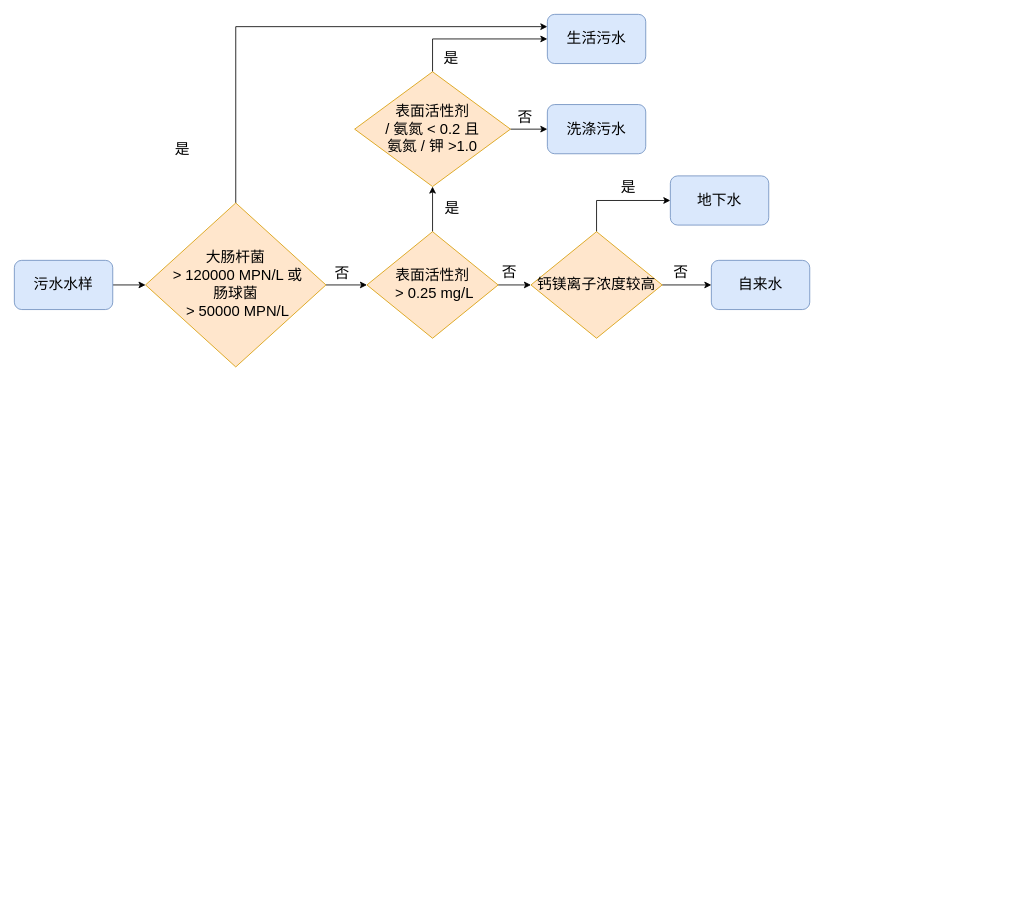
Above: 粪便污染指示菌的混接探查.drawio in WienWong/Misc (draw.io), before the change. Source tidied: cells renumbered, new cells numbered last; positions are measured from the earlier drawing's top-left corner, leaving out a move shared by most shapes. Both pictures are drawn from the tidied source at 82%, with x=0, y=0 at pixel (14, 14).
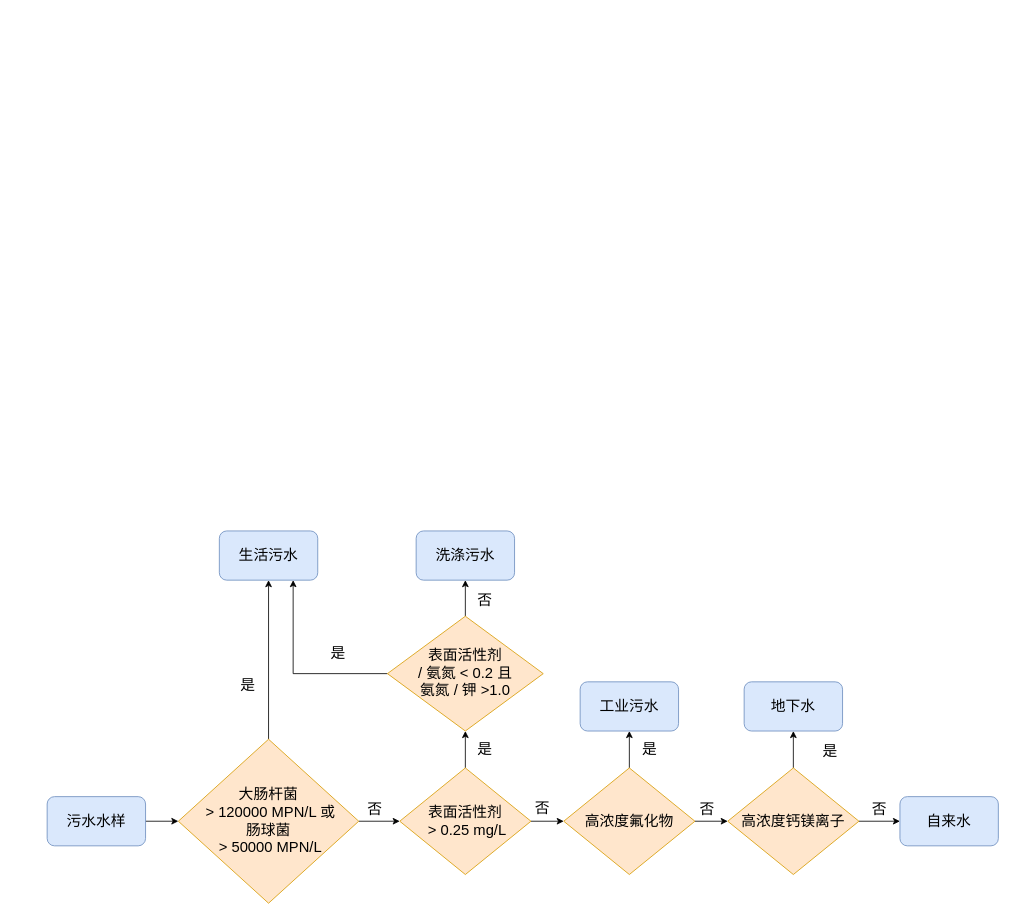
The same page after the edit.

Commit message:
Update 粪便污染指示菌的混接探查.drawio

Change to the diagram source:
```diff
@@
     <mxCell id="3" value="&lt;font style=&quot;font-size: 18px&quot;&gt;污水水样&lt;/font&gt;" style="rounded=1;whiteSpace=wrap;html=1;fillColor=#dae8fc;strokeColor=#6c8ebf;" parent="1" vertex="1">
-      <mxGeometry y="300" width="120" height="60" as="geometry" />
+      <mxGeometry x="40" y="954" width="120" height="60" as="geometry" />
     </mxCell>
@@
-    <mxCell id="5" style="edgeStyle=orthogonalEdgeStyle;rounded=0;jettySize=auto;html=1;exitX=0.5;exitY=0;exitDx=0;exitDy=0;entryX=0;entryY=0.25;entryDx=0;entryDy=0;" parent="1" edge="1" source="6" target="15">
+    <mxCell id="5" style="edgeStyle=orthogonalEdgeStyle;rounded=0;jettySize=auto;html=1;exitX=0.5;exitY=0;exitDx=0;exitDy=0;entryX=0.5;entryY=1;entryDx=0;entryDy=0;" parent="1" edge="1" source="6" target="15">
       <mxGeometry relative="1" as="geometry" />
     </mxCell>
     <mxCell id="6" value="&lt;font style=&quot;font-size: 18px&quot;&gt;大肠杆菌&lt;br&gt;&amp;nbsp;&amp;gt; 120000 MPN/L 或&lt;br&gt;肠球菌&lt;br&gt;&amp;nbsp;&amp;gt; 50000 MPN/L&lt;/font&gt;" style="rhombus;whiteSpace=wrap;html=1;fillColor=#ffe6cc;strokeColor=#d79b00;" parent="1" vertex="1">
-      <mxGeometry x="160" y="230" width="220" height="200" as="geometry" />
+      <mxGeometry x="200" y="884" width="220" height="200" as="geometry" />
     </mxCell>
@@
-    <mxCell id="8" style="edgeStyle=orthogonalEdgeStyle;rounded=0;jettySize=auto;html=1;exitX=1;exitY=0.5;exitDx=0;exitDy=0;entryX=0;entryY=0.5;entryDx=0;entryDy=0;" parent="1" edge="1" source="9" target="24">
-      <mxGeometry relative="1" as="geometry" />
-    </mxCell>
+    <mxCell id="28" style="edgeStyle=orthogonalEdgeStyle;rounded=0;jettySize=auto;html=1;exitX=1;exitY=0.5;exitDx=0;exitDy=0;entryX=0;entryY=0.5;entryDx=0;entryDy=0;" parent="1" edge="1" source="9" target="37">
+      <mxGeometry relative="1" as="geometry" />
+    </mxCell>
     <mxCell id="9" value="&lt;font style=&quot;font-size: 18px&quot;&gt;表面活性剂&lt;br&gt;&amp;nbsp;&amp;gt; 0.25 mg/L&lt;/font&gt;" style="rhombus;whiteSpace=wrap;html=1;fillColor=#ffe6cc;strokeColor=#d79b00;" parent="1" vertex="1">
-      <mxGeometry x="430" y="265" width="160" height="130" as="geometry" />
+      <mxGeometry x="470" y="919" width="160" height="130" as="geometry" />
     </mxCell>
+    <mxCell id="11" style="edgeStyle=orthogonalEdgeStyle;rounded=0;jettySize=auto;html=1;exitX=0;exitY=0.5;exitDx=0;exitDy=0;entryX=0.75;entryY=1;entryDx=0;entryDy=0;" parent="1" edge="1" source="12" target="15">
+      <mxGeometry relative="1" as="geometry" />
+    </mxCell>
-    <mxCell id="10" style="edgeStyle=orthogonalEdgeStyle;rounded=0;jettySize=auto;html=1;exitX=1;exitY=0.5;exitDx=0;exitDy=0;entryX=0;entryY=0.5;entryDx=0;entryDy=0;" parent="1" edge="1" source="12" target="14">
+    <mxCell id="10" style="edgeStyle=orthogonalEdgeStyle;rounded=0;jettySize=auto;html=1;exitX=0.5;exitY=0;exitDx=0;exitDy=0;" parent="1" edge="1" source="12" target="14">
       <mxGeometry relative="1" as="geometry" />
     </mxCell>
-    <mxCell id="11" style="edgeStyle=orthogonalEdgeStyle;rounded=0;jettySize=auto;html=1;exitX=0.5;exitY=0;exitDx=0;exitDy=0;entryX=0;entryY=0.5;entryDx=0;entryDy=0;" parent="1" edge="1" source="12" target="15">
-      <mxGeometry relative="1" as="geometry" />
-    </mxCell>
     <mxCell id="12" value="&lt;span style=&quot;font-size: 18px&quot;&gt;表面活性剂&lt;br&gt;/ 氨氮&lt;/span&gt;&lt;span style=&quot;font-size: 18px&quot;&gt;&amp;nbsp;&amp;lt; 0.2 且&lt;br&gt;氨氮&amp;nbsp;&lt;/span&gt;&lt;span style=&quot;font-size: 18px&quot;&gt;/ 钾 &amp;gt;1.0&lt;br&gt;&lt;/span&gt;" style="rhombus;whiteSpace=wrap;html=1;fillColor=#ffe6cc;strokeColor=#d79b00;" parent="1" vertex="1">
-      <mxGeometry x="415" y="70" width="190" height="140" as="geometry" />
+      <mxGeometry x="455" y="734" width="190" height="140" as="geometry" />
     </mxCell>
-    <mxCell id="13" value="&lt;font style=&quot;font-size: 18px&quot;&gt;自来水&lt;/font&gt;" style="rounded=1;whiteSpace=wrap;html=1;fillColor=#dae8fc;strokeColor=#6c8ebf;" parent="1" vertex="1">
-      <mxGeometry x="850" y="300" width="120" height="60" as="geometry" />
-    </mxCell>
     <mxCell id="14" value="&lt;font style=&quot;font-size: 18px&quot;&gt;洗涤污水&lt;/font&gt;" style="rounded=1;whiteSpace=wrap;html=1;fillColor=#dae8fc;strokeColor=#6c8ebf;" parent="1" vertex="1">
-      <mxGeometry x="650" y="110" width="120" height="60" as="geometry" />
+      <mxGeometry x="490" y="630" width="120" height="60" as="geometry" />
     </mxCell>
     <mxCell id="15" value="&lt;font style=&quot;font-size: 18px&quot;&gt;生活污水&lt;/font&gt;" style="rounded=1;whiteSpace=wrap;html=1;fillColor=#dae8fc;strokeColor=#6c8ebf;" parent="1" vertex="1">
-      <mxGeometry x="650" width="120" height="60" as="geometry" />
+      <mxGeometry x="250" y="630" width="120" height="60" as="geometry" />
     </mxCell>
-    <mxCell id="16" value="&lt;font style=&quot;font-size: 18px&quot;&gt;是&lt;/font&gt;" style="text;html=1;strokeColor=none;fillColor=none;align=center;verticalAlign=middle;whiteSpace=wrap;rounded=0;" parent="1" vertex="1">
-      <mxGeometry x="180" y="150" width="50" height="30" as="geometry" />
-    </mxCell>
-    <mxCell id="17" value="&lt;font style=&quot;font-size: 18px&quot;&gt;是&lt;/font&gt;" style="text;html=1;strokeColor=none;fillColor=none;align=center;verticalAlign=middle;whiteSpace=wrap;rounded=0;" parent="1" vertex="1">
-      <mxGeometry x="509" y="222" width="50" height="30" as="geometry" />
-    </mxCell>
-    <mxCell id="18" value="&lt;font style=&quot;font-size: 18px&quot;&gt;是&lt;/font&gt;" style="text;html=1;strokeColor=none;fillColor=none;align=center;verticalAlign=middle;whiteSpace=wrap;rounded=0;" parent="1" vertex="1">
-      <mxGeometry x="508" y="39" width="50" height="30" as="geometry" />
-    </mxCell>
-    <mxCell id="19" value="&lt;font style=&quot;font-size: 18px&quot;&gt;否&lt;/font&gt;" style="text;html=1;strokeColor=none;fillColor=none;align=center;verticalAlign=middle;whiteSpace=wrap;rounded=0;" parent="1" vertex="1">
-      <mxGeometry x="788" y="300" width="50" height="30" as="geometry" />
-    </mxCell>
-    <mxCell id="20" value="&lt;font style=&quot;font-size: 18px&quot;&gt;否&lt;/font&gt;" style="text;html=1;strokeColor=none;fillColor=none;align=center;verticalAlign=middle;whiteSpace=wrap;rounded=0;" parent="1" vertex="1">
-      <mxGeometry x="598" y="111" width="50" height="30" as="geometry" />
-    </mxCell>
-    <mxCell id="21" value="&lt;font style=&quot;font-size: 18px&quot;&gt;否&lt;/font&gt;" style="text;html=1;strokeColor=none;fillColor=none;align=center;verticalAlign=middle;whiteSpace=wrap;rounded=0;" parent="1" vertex="1">
-      <mxGeometry x="375" y="301" width="50" height="30" as="geometry" />
-    </mxCell>
-    <mxCell id="22" style="edgeStyle=orthogonalEdgeStyle;rounded=0;jettySize=auto;html=1;exitX=0.5;exitY=0;exitDx=0;exitDy=0;entryX=0;entryY=0.5;entryDx=0;entryDy=0;" parent="1" edge="1" source="24" target="26">
-      <mxGeometry relative="1" as="geometry" />
-    </mxCell>
-    <mxCell id="23" style="edgeStyle=orthogonalEdgeStyle;rounded=0;jettySize=auto;html=1;exitX=1;exitY=0.5;exitDx=0;exitDy=0;entryX=0;entryY=0.5;entryDx=0;entryDy=0;" parent="1" edge="1" source="24" target="13">
-      <mxGeometry relative="1" as="geometry" />
-    </mxCell>
-    <mxCell id="24" value="&lt;span style=&quot;font-size: 18px&quot;&gt;钙镁离子浓度较高&lt;/span&gt;" style="rhombus;whiteSpace=wrap;html=1;fillColor=#ffe6cc;strokeColor=#d79b00;" parent="1" vertex="1">
-      <mxGeometry x="630" y="265" width="160" height="130" as="geometry" />
-    </mxCell>
-    <mxCell id="25" value="&lt;font style=&quot;font-size: 18px&quot;&gt;否&lt;/font&gt;" style="text;html=1;strokeColor=none;fillColor=none;align=center;verticalAlign=middle;whiteSpace=wrap;rounded=0;" parent="1" vertex="1">
-      <mxGeometry x="579" y="300" width="50" height="30" as="geometry" />
-    </mxCell>
+    <mxCell id="29" value="&lt;font style=&quot;font-size: 18px&quot;&gt;是&lt;/font&gt;" style="text;html=1;strokeColor=none;fillColor=none;align=center;verticalAlign=middle;whiteSpace=wrap;rounded=0;" parent="1" vertex="1">
+      <mxGeometry x="260" y="804" width="50" height="30" as="geometry" />
+    </mxCell>
+    <mxCell id="30" value="&lt;font style=&quot;font-size: 18px&quot;&gt;是&lt;/font&gt;" style="text;html=1;strokeColor=none;fillColor=none;align=center;verticalAlign=middle;whiteSpace=wrap;rounded=0;" parent="1" vertex="1">
+      <mxGeometry x="549" y="882" width="50" height="30" as="geometry" />
+    </mxCell>
+    <mxCell id="31" value="&lt;font style=&quot;font-size: 18px&quot;&gt;是&lt;/font&gt;" style="text;html=1;strokeColor=none;fillColor=none;align=center;verticalAlign=middle;whiteSpace=wrap;rounded=0;" parent="1" vertex="1">
+      <mxGeometry x="370" y="764" width="50" height="30" as="geometry" />
+    </mxCell>
+    <mxCell id="32" value="&lt;font style=&quot;font-size: 18px&quot;&gt;否&lt;/font&gt;" style="text;html=1;strokeColor=none;fillColor=none;align=center;verticalAlign=middle;whiteSpace=wrap;rounded=0;" parent="1" vertex="1">
+      <mxGeometry x="820" y="955" width="50" height="30" as="geometry" />
+    </mxCell>
+    <mxCell id="33" value="&lt;font style=&quot;font-size: 18px&quot;&gt;否&lt;/font&gt;" style="text;html=1;strokeColor=none;fillColor=none;align=center;verticalAlign=middle;whiteSpace=wrap;rounded=0;" parent="1" vertex="1">
+      <mxGeometry x="549" y="700" width="50" height="30" as="geometry" />
+    </mxCell>
+    <mxCell id="34" value="&lt;font style=&quot;font-size: 18px&quot;&gt;否&lt;/font&gt;" style="text;html=1;strokeColor=none;fillColor=none;align=center;verticalAlign=middle;whiteSpace=wrap;rounded=0;" parent="1" vertex="1">
+      <mxGeometry x="415" y="955" width="50" height="30" as="geometry" />
+    </mxCell>
+    <mxCell id="35" style="edgeStyle=orthogonalEdgeStyle;rounded=0;jettySize=auto;html=1;exitX=1;exitY=0.5;exitDx=0;exitDy=0;" parent="1" edge="1" source="37" target="44">
+      <mxGeometry relative="1" as="geometry" />
+    </mxCell>
+    <mxCell id="36" style="edgeStyle=orthogonalEdgeStyle;rounded=0;jettySize=auto;html=1;exitX=0.5;exitY=0;exitDx=0;exitDy=0;entryX=0.5;entryY=1;entryDx=0;entryDy=0;" parent="1" edge="1" source="37" target="39">
+      <mxGeometry relative="1" as="geometry" />
+    </mxCell>
+    <mxCell id="37" value="&lt;span style=&quot;font-size: 18px&quot;&gt;高浓度氟化物&lt;/span&gt;" style="rhombus;whiteSpace=wrap;html=1;fillColor=#ffe6cc;strokeColor=#d79b00;" parent="1" vertex="1">
+      <mxGeometry x="670" y="919" width="160" height="130" as="geometry" />
+    </mxCell>
+    <mxCell id="38" value="&lt;font style=&quot;font-size: 18px&quot;&gt;否&lt;/font&gt;" style="text;html=1;strokeColor=none;fillColor=none;align=center;verticalAlign=middle;whiteSpace=wrap;rounded=0;" parent="1" vertex="1">
+      <mxGeometry x="619" y="954" width="50" height="30" as="geometry" />
+    </mxCell>
+    <mxCell id="39" value="&lt;font style=&quot;font-size: 18px&quot;&gt;工业污水&lt;/font&gt;" style="rounded=1;whiteSpace=wrap;html=1;fillColor=#dae8fc;strokeColor=#6c8ebf;" parent="1" vertex="1">
+      <mxGeometry x="690" y="814" width="120" height="60" as="geometry" />
+    </mxCell>
+    <mxCell id="40" value="&lt;font style=&quot;font-size: 18px&quot;&gt;是&lt;/font&gt;" style="text;html=1;strokeColor=none;fillColor=none;align=center;verticalAlign=middle;whiteSpace=wrap;rounded=0;" parent="1" vertex="1">
+      <mxGeometry x="750" y="882" width="50" height="30" as="geometry" />
+    </mxCell>
+    <mxCell id="13" value="&lt;font style=&quot;font-size: 18px&quot;&gt;自来水&lt;/font&gt;" style="rounded=1;whiteSpace=wrap;html=1;fillColor=#dae8fc;strokeColor=#6c8ebf;" parent="1" vertex="1">
+      <mxGeometry x="1080" y="954" width="120" height="60" as="geometry" />
+    </mxCell>
+    <mxCell id="41" value="&lt;font style=&quot;font-size: 18px&quot;&gt;否&lt;/font&gt;" style="text;html=1;strokeColor=none;fillColor=none;align=center;verticalAlign=middle;whiteSpace=wrap;rounded=0;" parent="1" vertex="1">
+      <mxGeometry x="1030" y="955" width="50" height="30" as="geometry" />
+    </mxCell>
+    <mxCell id="42" style="edgeStyle=orthogonalEdgeStyle;rounded=0;jettySize=auto;html=1;exitX=1;exitY=0.5;exitDx=0;exitDy=0;entryX=0;entryY=0.5;entryDx=0;entryDy=0;" parent="1" edge="1" source="44" target="13">
+      <mxGeometry relative="1" as="geometry" />
+    </mxCell>
+    <mxCell id="43" style="edgeStyle=orthogonalEdgeStyle;rounded=0;jettySize=auto;html=1;exitX=0.5;exitY=0;exitDx=0;exitDy=0;entryX=0.5;entryY=1;entryDx=0;entryDy=0;" parent="1" edge="1" source="44" target="26">
+      <mxGeometry relative="1" as="geometry" />
+    </mxCell>
+    <mxCell id="44" value="&lt;span style=&quot;font-size: 18px&quot;&gt;高浓度钙镁离子&lt;/span&gt;" style="rhombus;whiteSpace=wrap;html=1;fillColor=#ffe6cc;strokeColor=#d79b00;" parent="1" vertex="1">
+      <mxGeometry x="870" y="919" width="160" height="130" as="geometry" />
+    </mxCell>
     <mxCell id="26" value="&lt;font style=&quot;font-size: 18px&quot;&gt;地下水&lt;/font&gt;" style="rounded=1;whiteSpace=wrap;html=1;fillColor=#dae8fc;strokeColor=#6c8ebf;" parent="1" vertex="1">
-      <mxGeometry x="800" y="197" width="120" height="60" as="geometry" />
+      <mxGeometry x="890" y="814" width="120" height="60" as="geometry" />
     </mxCell>
-    <mxCell id="27" value="&lt;font style=&quot;font-size: 18px&quot;&gt;是&lt;/font&gt;" style="text;html=1;strokeColor=none;fillColor=none;align=center;verticalAlign=middle;whiteSpace=wrap;rounded=0;" parent="1" vertex="1">
-      <mxGeometry x="724" y="196" width="50" height="30" as="geometry" />
-    </mxCell>
+    <mxCell id="45" value="&lt;font style=&quot;font-size: 18px&quot;&gt;是&lt;/font&gt;" style="text;html=1;strokeColor=none;fillColor=none;align=center;verticalAlign=middle;whiteSpace=wrap;rounded=0;" parent="1" vertex="1">
+      <mxGeometry x="970" y="884" width="50" height="30" as="geometry" />
+    </mxCell>
```
